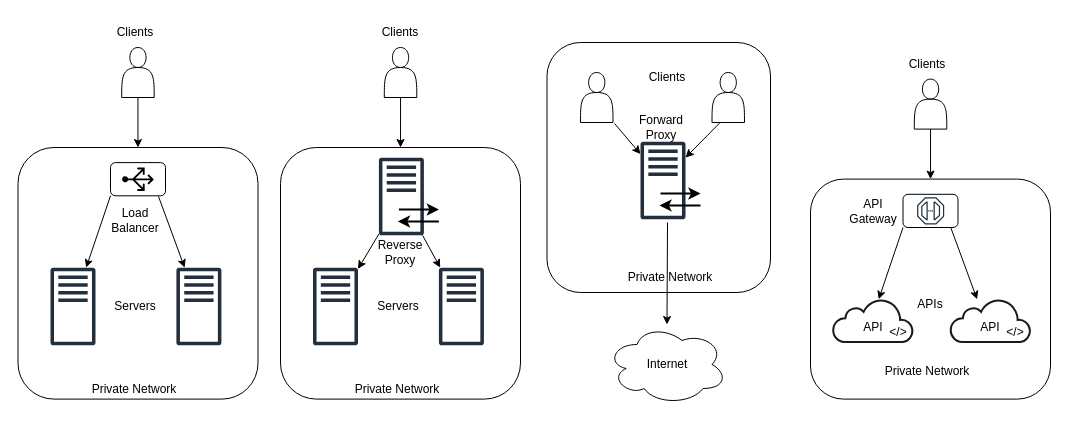
Above: NetworkComponents.drawio in jayanthkmr/architecture-diagrams (draw.io), before the change. Source tidied: cells renumbered, new cells numbered last; positions are measured from the earlier drawing's top-left corner, leaving out a move shared by most shapes. Both pictures are drawn from the tidied source at 100%, with x=0, y=0 at pixel (18, 17).
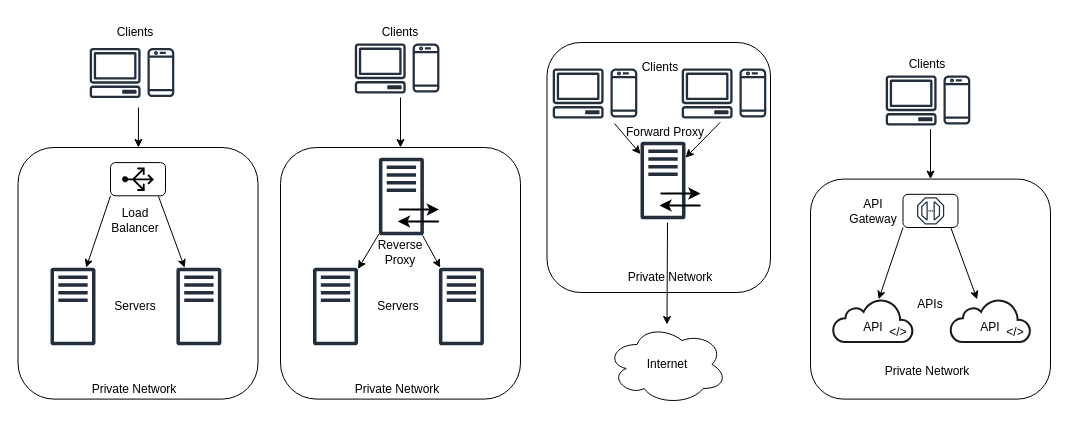
The same diagram, later.

Unchanged cells that the change refers to:
```xml
<mxCell id="2" style="rounded=1;whiteSpace=wrap;html=1;" parent="1" vertex="1">
  <mxGeometry x="-0.5" y="130" width="240" height="251.6" as="geometry" />
</mxCell>
<mxCell id="15" style="rounded=1;whiteSpace=wrap;html=1;" parent="1" vertex="1">
  <mxGeometry x="262" y="130" width="240" height="251.6" as="geometry" />
</mxCell>
<mxCell id="25" style="rounded=1;whiteSpace=wrap;html=1;" parent="1" vertex="1">
  <mxGeometry x="792" y="161.6" width="240" height="220" as="geometry" />
</mxCell>
<mxCell id="43" style="sketch=0;outlineConnect=0;fontColor=#232F3E;gradientColor=none;fillColor=#232F3D;strokeColor=none;dashed=0;verticalLabelPosition=bottom;verticalAlign=top;align=center;html=1;fontSize=12;fontStyle=0;shape=mxgraph.aws4.traditional_server;" parent="42" vertex="1">
  <mxGeometry width="45" height="78" as="geometry" />
</mxCell>
```

Diff of the diagram source:
```diff
@@
-    <mxCell id="3" style="shape=actor;whiteSpace=wrap;html=1;" parent="1" vertex="1">
-      <mxGeometry x="103.2" y="30" width="32.5" height="50" as="geometry" />
-    </mxCell>
@@
-    <mxCell id="11" style="endArrow=classic;html=1;rounded=0;exitX=0.5;exitY=1;exitDx=0;exitDy=0;" parent="1" edge="1" source="3" target="2">
-      <mxGeometry relative="1" as="geometry" />
+    <mxCell id="11" style="endArrow=classic;html=1;rounded=0;" parent="1" edge="1" target="2">
+      <mxGeometry relative="1" as="geometry">
+        <mxPoint x="120" y="90" as="sourcePoint" />
+      </mxGeometry>
     </mxCell>
@@
-    <mxCell id="16" style="shape=actor;whiteSpace=wrap;html=1;" parent="1" vertex="1">
-      <mxGeometry x="365.8" y="30" width="32.5" height="50" as="geometry" />
-    </mxCell>
@@
-    <mxCell id="21" style="endArrow=classic;html=1;rounded=0;exitX=0.5;exitY=1;exitDx=0;exitDy=0;" parent="1" edge="1" source="16" target="15">
-      <mxGeometry relative="1" as="geometry" />
+    <mxCell id="21" style="endArrow=classic;html=1;rounded=0;exitX=0.5;exitY=1;exitDx=0;exitDy=0;" parent="1" edge="1" target="15">
+      <mxGeometry relative="1" as="geometry">
+        <mxPoint x="382" y="80" as="sourcePoint" />
+      </mxGeometry>
     </mxCell>
@@
-    <mxCell id="26" style="shape=actor;whiteSpace=wrap;html=1;" parent="1" vertex="1">
-      <mxGeometry x="895.8" y="61.6" width="32.5" height="50" as="geometry" />
-    </mxCell>
@@
-    <mxCell id="32" style="endArrow=classic;html=1;rounded=0;exitX=0.5;exitY=1;exitDx=0;exitDy=0;" parent="1" edge="1" source="26" target="25">
-      <mxGeometry relative="1" as="geometry" />
+    <mxCell id="32" style="endArrow=classic;html=1;rounded=0;exitX=0.5;exitY=1;exitDx=0;exitDy=0;" parent="1" edge="1" target="25">
+      <mxGeometry relative="1" as="geometry">
+        <mxPoint x="912" y="111.6" as="sourcePoint" />
+      </mxGeometry>
     </mxCell>
@@
-    <mxCell id="46" style="shape=actor;whiteSpace=wrap;html=1;" parent="1" vertex="1">
-      <mxGeometry x="562" y="55" width="32.5" height="50" as="geometry" />
-    </mxCell>
-    <mxCell id="47" style="shape=actor;whiteSpace=wrap;html=1;" parent="1" vertex="1">
-      <mxGeometry x="693.5" y="55" width="32.5" height="50" as="geometry" />
-    </mxCell>
     <mxCell id="48" value="Forward Proxy" style="text;html=1;strokeColor=none;fillColor=none;align=center;verticalAlign=middle;whiteSpace=wrap;rounded=0;" parent="1" vertex="1">
-      <mxGeometry x="612.5" y="95" width="60" height="30" as="geometry" />
+      <mxGeometry x="602" y="100" width="89.5" height="30" as="geometry" />
     </mxCell>
@@
     <mxCell id="51" value="Clients" style="text;html=1;strokeColor=none;fillColor=none;align=center;verticalAlign=middle;whiteSpace=wrap;rounded=0;" parent="1" vertex="1">
-      <mxGeometry x="618.5" y="45" width="60" height="30" as="geometry" />
+      <mxGeometry x="611.5" y="35" width="60" height="30" as="geometry" />
     </mxCell>
-    <mxCell id="52" style="endArrow=classic;html=1;rounded=0;exitX=1.046;exitY=1.02;exitDx=0;exitDy=0;exitPerimeter=0;" parent="1" edge="1" source="46" target="43">
-      <mxGeometry relative="1" as="geometry" />
+    <mxCell id="52" style="endArrow=classic;html=1;rounded=0;exitX=1.046;exitY=1.02;exitDx=0;exitDy=0;exitPerimeter=0;" parent="1" edge="1" target="43">
+      <mxGeometry relative="1" as="geometry">
+        <mxPoint x="596" y="106" as="sourcePoint" />
+      </mxGeometry>
     </mxCell>
-    <mxCell id="53" style="endArrow=classic;html=1;rounded=0;exitX=0.25;exitY=1;exitDx=0;exitDy=0;" parent="1" edge="1" source="47" target="43">
-      <mxGeometry relative="1" as="geometry" />
+    <mxCell id="53" style="endArrow=classic;html=1;rounded=0;exitX=0.25;exitY=1;exitDx=0;exitDy=0;" parent="1" edge="1" target="43">
+      <mxGeometry relative="1" as="geometry">
+        <mxPoint x="701.6" y="105" as="sourcePoint" />
+      </mxGeometry>
     </mxCell>
@@
+    <mxCell id="66" style="group;" parent="1" vertex="1">
+      <mxGeometry x="71" y="29.5" width="84.8" height="51" as="geometry" />
+    </mxCell>
+    <mxCell id="67" style="sketch=0;fontColor=#232F3E;gradientColor=none;fillColor=#232F3D;strokeColor=none;dashed=0;verticalLabelPosition=bottom;verticalAlign=top;align=center;html=1;fontSize=12;fontStyle=0;shape=mxgraph.aws4.mobile_client;" parent="66" vertex="1">
+      <mxGeometry x="58" width="26.8" height="51" as="geometry" />
+    </mxCell>
+    <mxCell id="68" style="sketch=0;fontColor=#232F3E;gradientColor=none;fillColor=#232F3D;strokeColor=none;dashed=0;verticalLabelPosition=bottom;verticalAlign=top;align=center;html=1;fontSize=12;fontStyle=0;shape=mxgraph.aws4.client;" parent="66" vertex="1">
+      <mxGeometry y="1" width="51.3" height="50" as="geometry" />
+    </mxCell>
+    <mxCell id="69" style="group;" parent="1" vertex="1">
+      <mxGeometry x="336.1" y="25" width="84.8" height="51" as="geometry" />
+    </mxCell>
+    <mxCell id="70" style="sketch=0;fontColor=#232F3E;gradientColor=none;fillColor=#232F3D;strokeColor=none;dashed=0;verticalLabelPosition=bottom;verticalAlign=top;align=center;html=1;fontSize=12;fontStyle=0;shape=mxgraph.aws4.mobile_client;" parent="69" vertex="1">
+      <mxGeometry x="58" width="26.8" height="51" as="geometry" />
+    </mxCell>
+    <mxCell id="71" style="sketch=0;fontColor=#232F3E;gradientColor=none;fillColor=#232F3D;strokeColor=none;dashed=0;verticalLabelPosition=bottom;verticalAlign=top;align=center;html=1;fontSize=12;fontStyle=0;shape=mxgraph.aws4.client;" parent="69" vertex="1">
+      <mxGeometry y="1" width="51.3" height="50" as="geometry" />
+    </mxCell>
+    <mxCell id="72" style="group;" parent="1" vertex="1">
+      <mxGeometry x="867" y="57" width="84.8" height="51" as="geometry" />
+    </mxCell>
+    <mxCell id="73" style="sketch=0;fontColor=#232F3E;gradientColor=none;fillColor=#232F3D;strokeColor=none;dashed=0;verticalLabelPosition=bottom;verticalAlign=top;align=center;html=1;fontSize=12;fontStyle=0;shape=mxgraph.aws4.mobile_client;" parent="72" vertex="1">
+      <mxGeometry x="58" width="26.8" height="51" as="geometry" />
+    </mxCell>
+    <mxCell id="74" style="sketch=0;fontColor=#232F3E;gradientColor=none;fillColor=#232F3D;strokeColor=none;dashed=0;verticalLabelPosition=bottom;verticalAlign=top;align=center;html=1;fontSize=12;fontStyle=0;shape=mxgraph.aws4.client;" parent="72" vertex="1">
+      <mxGeometry y="1" width="51.3" height="50" as="geometry" />
+    </mxCell>
+    <mxCell id="75" style="group;" parent="1" vertex="1">
+      <mxGeometry x="534" y="50" width="84.8" height="51" as="geometry" />
+    </mxCell>
+    <mxCell id="76" style="sketch=0;fontColor=#232F3E;gradientColor=none;fillColor=#232F3D;strokeColor=none;dashed=0;verticalLabelPosition=bottom;verticalAlign=top;align=center;html=1;fontSize=12;fontStyle=0;shape=mxgraph.aws4.mobile_client;" parent="75" vertex="1">
+      <mxGeometry x="58" width="26.8" height="51" as="geometry" />
+    </mxCell>
+    <mxCell id="77" style="sketch=0;fontColor=#232F3E;gradientColor=none;fillColor=#232F3D;strokeColor=none;dashed=0;verticalLabelPosition=bottom;verticalAlign=top;align=center;html=1;fontSize=12;fontStyle=0;shape=mxgraph.aws4.client;" parent="75" vertex="1">
+      <mxGeometry y="1" width="51.3" height="50" as="geometry" />
+    </mxCell>
+    <mxCell id="78" style="group;" parent="1" vertex="1">
+      <mxGeometry x="663" y="50" width="84.8" height="51" as="geometry" />
+    </mxCell>
+    <mxCell id="79" style="sketch=0;fontColor=#232F3E;gradientColor=none;fillColor=#232F3D;strokeColor=none;dashed=0;verticalLabelPosition=bottom;verticalAlign=top;align=center;html=1;fontSize=12;fontStyle=0;shape=mxgraph.aws4.mobile_client;" parent="78" vertex="1">
+      <mxGeometry x="58" width="26.8" height="51" as="geometry" />
+    </mxCell>
+    <mxCell id="80" style="sketch=0;fontColor=#232F3E;gradientColor=none;fillColor=#232F3D;strokeColor=none;dashed=0;verticalLabelPosition=bottom;verticalAlign=top;align=center;html=1;fontSize=12;fontStyle=0;shape=mxgraph.aws4.client;" parent="78" vertex="1">
+      <mxGeometry y="1" width="51.3" height="50" as="geometry" />
+    </mxCell>
```
